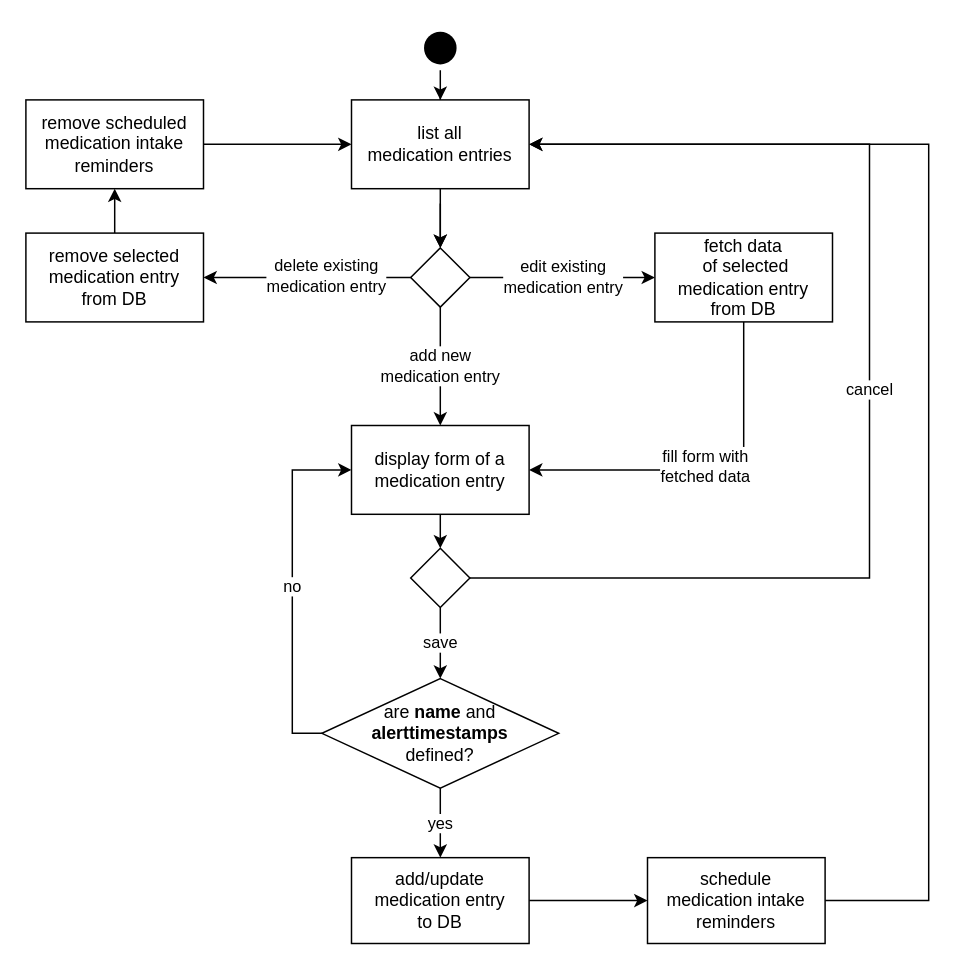
Before: doc/images/raw/activity_diagram.drawio in eco3/Medify, a draw.io diagram. Source tidied: cells renumbered, new cells numbered last; positions are measured from the earlier drawing's top-left corner, leaving out a move shared by most shapes. Both pictures are drawn from the tidied source at 148%, with x=0, y=0 at pixel (25, 25).
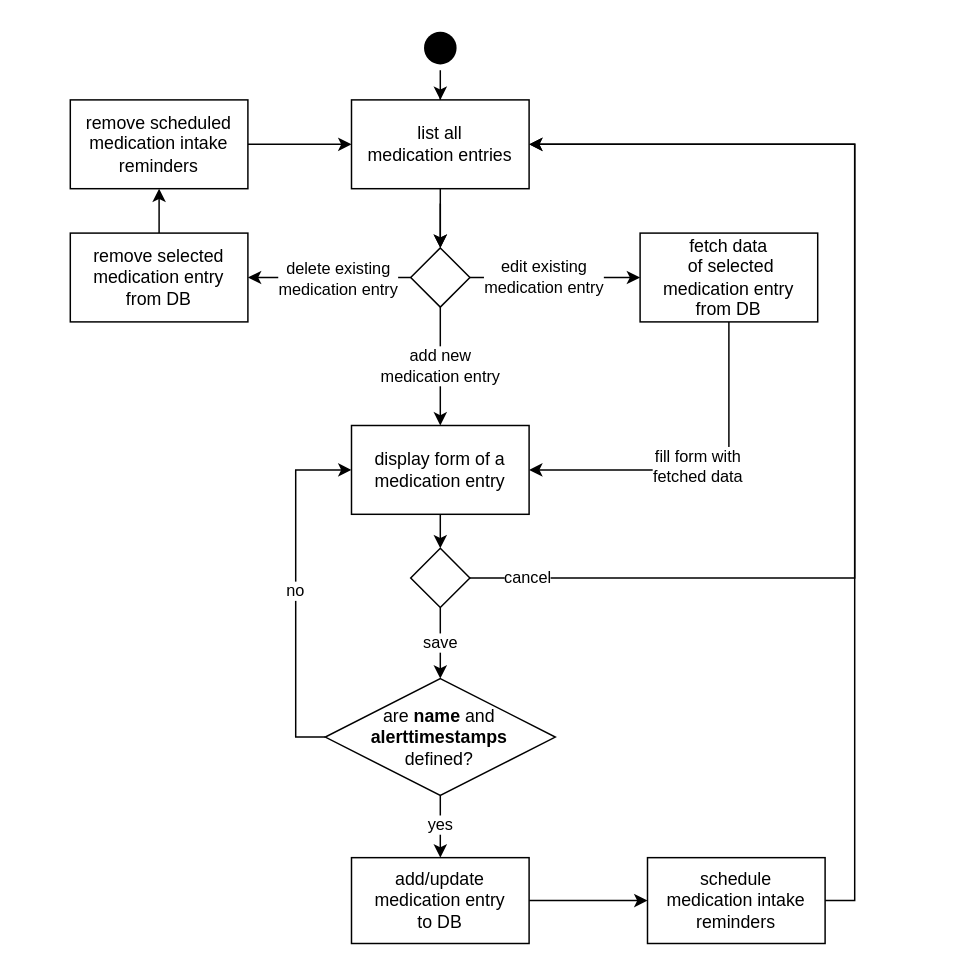
After the change.

The change refers to these unchanged cells:
```xml
<mxCell id="7" style="edgeStyle=orthogonalEdgeStyle;rounded=0;jettySize=auto;html=1;" parent="1" edge="1" source="9" target="28">
  <mxGeometry relative="1" as="geometry" />
</mxCell>
<mxCell id="9" style="rhombus;whiteSpace=wrap;html=1;" parent="1" vertex="1">
  <mxGeometry x="260" y="150" width="40" height="40" as="geometry" />
</mxCell>
<mxCell id="11" value="&lt;span style=&quot;font-family: helvetica; font-size: 12px; font-style: normal; font-weight: 400; letter-spacing: normal; text-align: center; text-indent: 0px; text-transform: none; word-spacing: 0px; display: inline; float: none;&quot;&gt;list all&lt;/span&gt;&lt;br style=&quot;padding: 0px; margin: 0px; font-family: helvetica; font-size: 12px; font-style: normal; font-weight: 400; letter-spacing: normal; text-align: center; text-indent: 0px; text-transform: none; word-spacing: 0px;&quot;&gt;&lt;span style=&quot;font-family: helvetica; font-size: 12px; font-style: normal; font-weight: 400; letter-spacing: normal; text-align: center; text-indent: 0px; text-transform: none; word-spacing: 0px; display: inline; float: none;&quot;&gt;medication entries&lt;/span&gt;" style="rounded=0;whiteSpace=wrap;html=1;fillColor=default;labelBackgroundColor=none;fontColor=default;" parent="1" vertex="1">
  <mxGeometry x="220" y="50" width="120" height="60" as="geometry" />
</mxCell>
<mxCell id="19" style="rhombus;whiteSpace=wrap;html=1;" parent="1" vertex="1">
  <mxGeometry x="260" y="353" width="40" height="40" as="geometry" />
</mxCell>
<mxCell id="21" value="add/update&lt;br&gt;medication entry&lt;br&gt;to DB" style="whiteSpace=wrap;html=1;" parent="1" vertex="1">
  <mxGeometry x="220" y="562" width="120" height="58" as="geometry" />
</mxCell>
<mxCell id="23" value="schedule&lt;br&gt;medication intake&lt;br&gt;reminders" style="whiteSpace=wrap;html=1;" parent="1" vertex="1">
  <mxGeometry x="420" y="562" width="120" height="58" as="geometry" />
</mxCell>
```

Diff of the diagram source:
```diff
@@
     <mxCell id="6" value="edit existing&lt;br&gt;medication entry" style="edgeStyle=orthogonalEdgeStyle;rounded=0;jettySize=auto;html=1;" parent="1" edge="1" source="9" target="14">
-      <mxGeometry relative="1" as="geometry" />
+      <mxGeometry x="-0.13" relative="1" as="geometry" />
     </mxCell>
@@
     <mxCell id="8" value="delete existing&lt;br&gt;medication entry" style="edgeLabel;html=1;align=center;verticalAlign=middle;" parent="7" vertex="1">
-      <mxGeometry x="-0.17" y="-2" relative="1" as="geometry" />
+      <mxGeometry x="-0.17" y="-2" relative="1" as="geometry">
+        <mxPoint x="-4" y="2" as="offset" />
+      </mxGeometry>
     </mxCell>
@@
     <mxCell id="14" value="fetch data&lt;br&gt;&amp;nbsp;of selected&lt;br&gt;medication entry&lt;br&gt;from DB" style="whiteSpace=wrap;html=1;" parent="1" vertex="1">
-      <mxGeometry x="425" y="140" width="120" height="60" as="geometry" />
+      <mxGeometry x="415" y="140" width="120" height="60" as="geometry" />
     </mxCell>
@@
-    <mxCell id="18" value="cancel" style="edgeStyle=orthogonalEdgeStyle;rounded=0;jettySize=auto;html=1;exitX=1;exitY=0.5;exitDx=0;exitDy=0;entryX=1;entryY=0.5;entryDx=0;entryDy=0;" parent="1" edge="1" source="19" target="11">
-      <mxGeometry relative="1" as="geometry">
+    <mxCell id="18" value="cancel" style="edgeStyle=orthogonalEdgeStyle;rounded=0;jettySize=auto;html=1;exitX=1;exitY=0.5;exitDx=0;exitDy=0;entryX=1;entryY=0.5;entryDx=0;entryDy=0;spacing=10;" parent="1" edge="1" source="19" target="11">
+      <mxGeometry x="-0.9" relative="1" as="geometry">
         <Array as="points">
-          <mxPoint x="570" y="373" />
-          <mxPoint x="570" y="80" />
+          <mxPoint x="560" y="373" />
+          <mxPoint x="560" y="80" />
         </Array>
       </mxGeometry>
     </mxCell>
@@
     <mxCell id="22" style="edgeStyle=orthogonalEdgeStyle;rounded=0;jettySize=auto;html=1;exitX=1;exitY=0.5;exitDx=0;exitDy=0;entryX=1;entryY=0.5;entryDx=0;entryDy=0;" parent="1" edge="1" source="23" target="11">
       <mxGeometry relative="1" as="geometry">
         <Array as="points">
-          <mxPoint x="610" y="591" />
-          <mxPoint x="610" y="80" />
+          <mxPoint x="560" y="591" />
+          <mxPoint x="560" y="80" />
         </Array>
       </mxGeometry>
     </mxCell>
@@
     <mxCell id="25" value="yes" style="edgeStyle=orthogonalEdgeStyle;rounded=0;jettySize=auto;html=1;exitX=0.5;exitY=1;exitDx=0;exitDy=0;entryX=0.5;entryY=0;entryDx=0;entryDy=0;" parent="1" edge="1" source="26" target="21">
-      <mxGeometry relative="1" as="geometry" />
+      <mxGeometry x="-0.05" relative="1" as="geometry" />
     </mxCell>
     <mxCell id="26" value="are &lt;b&gt;name&amp;nbsp;&lt;/b&gt;and&lt;br&gt;&lt;b&gt;alerttimestamps&lt;br&gt;&lt;/b&gt;defined?" style="rhombus;whiteSpace=wrap;html=1;" parent="1" vertex="1">
-      <mxGeometry x="200" y="441" width="160" height="74" as="geometry" />
+      <mxGeometry x="202.3" y="441" width="155.4" height="79" as="geometry" />
     </mxCell>
@@
     <mxCell id="28" value="remove selected&lt;br&gt;medication entry&lt;br&gt;from DB" style="whiteSpace=wrap;html=1;" parent="1" vertex="1">
-      <mxGeometry y="140" width="120" height="60" as="geometry" />
+      <mxGeometry x="30" y="140" width="120" height="60" as="geometry" />
     </mxCell>
@@
     <mxCell id="30" value="remove scheduled&lt;br&gt;medication intake&lt;br&gt;reminders" style="whiteSpace=wrap;html=1;" parent="1" vertex="1">
-      <mxGeometry y="50" width="120" height="60" as="geometry" />
+      <mxGeometry x="30" y="50" width="120" height="60" as="geometry" />
     </mxCell>
```
